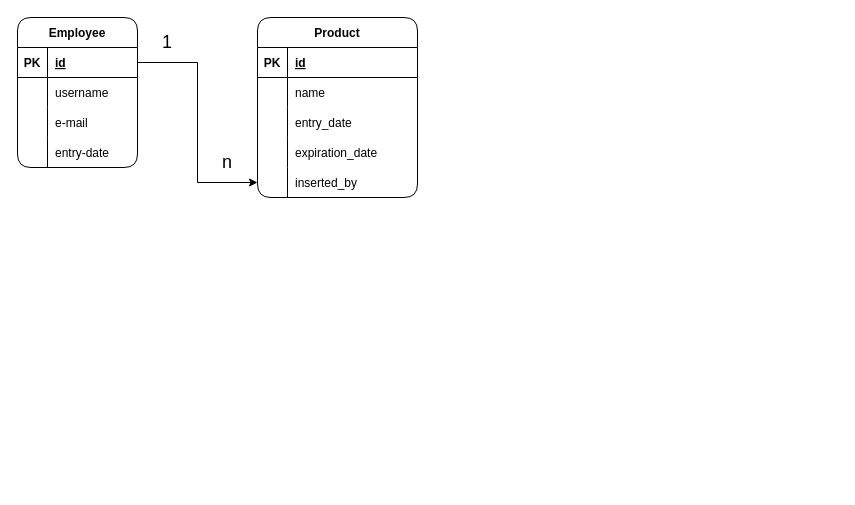
This is MER.drawio from EZanelaA/PAME22.2-Entrega5, a draw.io file, before an edit. Source tidied: cells renumbered, new cells numbered last; positions are measured from the earlier drawing's top-left corner, leaving out a move shared by most shapes. Both pictures are drawn from the tidied source at 100%, with x=0, y=0 at pixel (17, 17).
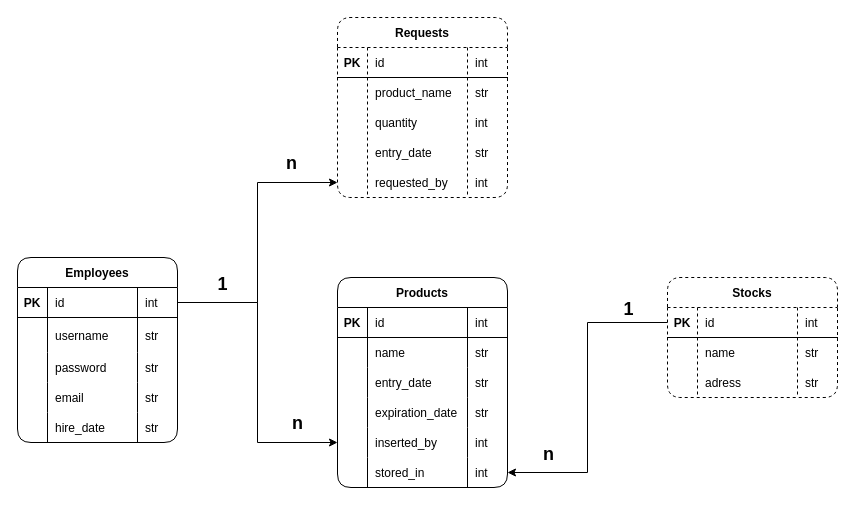
Above is the later version.

The edit, as a diff of the source:
```diff
@@
-    <mxCell id="2" value="Employee" style="shape=table;startSize=30;childLayout=tableLayout;rowLines=0;fontStyle=1;align=center;perimeterSpacing=0;strokeWidth=1;rounded=1;swimlaneFillColor=default;fillStyle=auto;" parent="1" vertex="1">
-      <mxGeometry width="120" height="150" as="geometry" />
+    <mxCell id="2" value="Employees" style="shape=table;startSize=30;childLayout=tableLayout;rowLines=0;fontStyle=1;align=center;perimeterSpacing=0;strokeWidth=1;rounded=1;swimlaneFillColor=default;fillStyle=auto;" parent="1" vertex="1">
+      <mxGeometry y="240" width="160" height="185" as="geometry" />
     </mxCell>
     <mxCell id="3" style="shape=tableRow;horizontal=0;startSize=0;swimlaneHead=0;swimlaneBody=0;fillColor=none;points=[[0,0.5],[1,0.5]];portConstraint=eastwest;top=0;left=0;right=0;bottom=1;" parent="2" vertex="1">
-      <mxGeometry y="30" width="120" height="30" as="geometry" />
+      <mxGeometry y="30" width="160" height="30" as="geometry" />
     </mxCell>
@@
-    <mxCell id="5" value="id" style="shape=partialRectangle;fillColor=none;top=0;left=0;bottom=0;right=0;align=left;spacingLeft=6;fontStyle=5;overflow=hidden;" parent="3" vertex="1">
+    <mxCell id="5" value="id" style="shape=partialRectangle;fillColor=none;top=0;left=0;bottom=0;right=0;align=left;spacingLeft=6;fontStyle=0;overflow=hidden;" parent="3" vertex="1">
       <mxGeometry x="30" width="90" height="30" as="geometry" />
     </mxCell>
+    <mxCell id="34" value="int" style="shape=partialRectangle;fillColor=none;top=0;left=0;bottom=0;right=0;align=left;spacingLeft=6;fontStyle=0;overflow=hidden;" parent="3" vertex="1">
+      <mxGeometry x="120" width="40" height="30" as="geometry" />
+    </mxCell>
     <mxCell id="6" style="shape=tableRow;horizontal=0;startSize=0;swimlaneHead=0;swimlaneBody=0;fillColor=none;top=0;left=0;right=0;bottom=0;" parent="2" vertex="1">
-      <mxGeometry y="60" width="120" height="30" as="geometry" />
+      <mxGeometry y="60" width="160" height="35" as="geometry" />
     </mxCell>
     <mxCell id="7" style="shape=partialRectangle;fillColor=none;top=0;left=0;bottom=0;right=0;overflow=hidden;" parent="6" vertex="1">
-      <mxGeometry width="30" height="30" as="geometry" />
+      <mxGeometry width="30" height="35" as="geometry" />
     </mxCell>
     <mxCell id="8" value="username" style="shape=partialRectangle;fillColor=none;top=0;left=0;bottom=0;right=0;align=left;spacingLeft=6;overflow=hidden;" parent="6" vertex="1">
-      <mxGeometry x="30" width="90" height="30" as="geometry" />
+      <mxGeometry x="30" width="90" height="35" as="geometry" />
     </mxCell>
+    <mxCell id="35" value="str" style="shape=partialRectangle;fillColor=none;top=0;left=0;bottom=0;right=0;align=left;spacingLeft=6;overflow=hidden;" parent="6" vertex="1">
+      <mxGeometry x="120" width="40" height="35" as="geometry" />
+    </mxCell>
+    <mxCell id="36" style="shape=tableRow;horizontal=0;startSize=0;swimlaneHead=0;swimlaneBody=0;fillColor=none;top=0;left=0;right=0;bottom=0;" parent="2" vertex="1">
+      <mxGeometry y="95" width="160" height="30" as="geometry" />
+    </mxCell>
+    <mxCell id="37" style="shape=partialRectangle;fillColor=none;top=0;left=0;bottom=0;right=0;overflow=hidden;" parent="36" vertex="1">
+      <mxGeometry width="30" height="30" as="geometry" />
+    </mxCell>
+    <mxCell id="38" value="password" style="shape=partialRectangle;fillColor=none;top=0;left=0;bottom=0;right=0;align=left;spacingLeft=6;overflow=hidden;" parent="36" vertex="1">
+      <mxGeometry x="30" width="90" height="30" as="geometry" />
+    </mxCell>
+    <mxCell id="39" value="str" style="shape=partialRectangle;fillColor=none;top=0;left=0;bottom=0;right=0;align=left;spacingLeft=6;overflow=hidden;" parent="36" vertex="1">
+      <mxGeometry x="120" width="40" height="30" as="geometry" />
+    </mxCell>
     <mxCell id="9" style="shape=tableRow;horizontal=0;startSize=0;swimlaneHead=0;swimlaneBody=0;fillColor=none;top=0;left=0;right=0;bottom=0;" parent="2" vertex="1">
-      <mxGeometry y="90" width="120" height="30" as="geometry" />
+      <mxGeometry y="125" width="160" height="30" as="geometry" />
     </mxCell>
@@
-    <mxCell id="11" value="e-mail" style="shape=partialRectangle;fillColor=none;top=0;left=0;bottom=0;right=0;align=left;spacingLeft=6;overflow=hidden;" parent="9" vertex="1">
+    <mxCell id="11" value="email" style="shape=partialRectangle;fillColor=none;top=0;left=0;bottom=0;right=0;align=left;spacingLeft=6;overflow=hidden;" parent="9" vertex="1">
       <mxGeometry x="30" width="90" height="30" as="geometry" />
     </mxCell>
+    <mxCell id="40" value="str" style="shape=partialRectangle;fillColor=none;top=0;left=0;bottom=0;right=0;align=left;spacingLeft=6;overflow=hidden;" parent="9" vertex="1">
+      <mxGeometry x="120" width="40" height="30" as="geometry" />
+    </mxCell>
     <mxCell id="12" style="shape=tableRow;horizontal=0;startSize=0;swimlaneHead=0;swimlaneBody=0;fillColor=none;top=0;left=0;right=0;bottom=0;" parent="2" vertex="1">
-      <mxGeometry y="120" width="120" height="30" as="geometry" />
+      <mxGeometry y="155" width="160" height="30" as="geometry" />
     </mxCell>
@@
-    <mxCell id="14" value="entry-date" style="shape=partialRectangle;fillColor=none;top=0;left=0;bottom=0;right=0;align=left;spacingLeft=6;overflow=hidden;" parent="12" vertex="1">
+    <mxCell id="14" value="hire_date" style="shape=partialRectangle;fillColor=none;top=0;left=0;bottom=0;right=0;align=left;spacingLeft=6;overflow=hidden;" parent="12" vertex="1">
       <mxGeometry x="30" width="90" height="30" as="geometry" />
     </mxCell>
+    <mxCell id="41" value="str" style="shape=partialRectangle;fillColor=none;top=0;left=0;bottom=0;right=0;align=left;spacingLeft=6;overflow=hidden;" parent="12" vertex="1">
+      <mxGeometry x="120" width="40" height="30" as="geometry" />
+    </mxCell>
-    <mxCell id="15" value="Product" style="shape=table;startSize=30;childLayout=tableLayout;rowLines=0;fontStyle=1;align=center;rounded=1;shadow=0;gradientColor=none;swimlaneFillColor=default;" parent="1" vertex="1">
-      <mxGeometry x="240" width="160" height="180" as="geometry" />
+    <mxCell id="15" value="Products" style="shape=table;startSize=30;childLayout=tableLayout;rowLines=0;fontStyle=1;align=center;rounded=1;shadow=0;gradientColor=none;swimlaneFillColor=default;" parent="1" vertex="1">
+      <mxGeometry x="320" y="260" width="170" height="210" as="geometry" />
     </mxCell>
     <mxCell id="16" style="shape=tableRow;horizontal=0;startSize=0;swimlaneHead=0;swimlaneBody=0;fillColor=none;top=0;left=0;right=0;bottom=1;" parent="15" vertex="1">
-      <mxGeometry y="30" width="160" height="30" as="geometry" />
+      <mxGeometry y="30" width="170" height="30" as="geometry" />
     </mxCell>
@@
-    <mxCell id="18" value="id" style="shape=partialRectangle;fillColor=none;top=0;left=0;bottom=0;right=0;align=left;spacingLeft=6;fontStyle=5;overflow=hidden;" parent="16" vertex="1">
-      <mxGeometry x="30" width="130" height="30" as="geometry" />
+    <mxCell id="18" value="id" style="shape=partialRectangle;fillColor=none;top=0;left=0;bottom=0;right=0;align=left;spacingLeft=6;fontStyle=0;overflow=hidden;" parent="16" vertex="1">
+      <mxGeometry x="30" width="100" height="30" as="geometry" />
     </mxCell>
+    <mxCell id="42" value="int" style="shape=partialRectangle;fillColor=none;top=0;left=0;bottom=0;right=0;align=left;spacingLeft=6;fontStyle=0;overflow=hidden;" parent="16" vertex="1">
+      <mxGeometry x="130" width="40" height="30" as="geometry" />
+    </mxCell>
     <mxCell id="19" style="shape=tableRow;horizontal=0;startSize=0;swimlaneHead=0;swimlaneBody=0;fillColor=none;top=0;left=0;right=0;bottom=0;" parent="15" vertex="1">
-      <mxGeometry y="60" width="160" height="30" as="geometry" />
+      <mxGeometry y="60" width="170" height="30" as="geometry" />
     </mxCell>
@@
     <mxCell id="21" value="name" style="shape=partialRectangle;fillColor=none;top=0;left=0;bottom=0;right=0;align=left;spacingLeft=6;overflow=hidden;" parent="19" vertex="1">
-      <mxGeometry x="30" width="130" height="30" as="geometry" />
+      <mxGeometry x="30" width="100" height="30" as="geometry" />
     </mxCell>
+    <mxCell id="43" value="str" style="shape=partialRectangle;fillColor=none;top=0;left=0;bottom=0;right=0;align=left;spacingLeft=6;overflow=hidden;" parent="19" vertex="1">
+      <mxGeometry x="130" width="40" height="30" as="geometry" />
+    </mxCell>
     <mxCell id="22" style="shape=tableRow;horizontal=0;startSize=0;swimlaneHead=0;swimlaneBody=0;fillColor=none;top=0;left=0;right=0;bottom=0;" parent="15" vertex="1">
-      <mxGeometry y="90" width="160" height="30" as="geometry" />
+      <mxGeometry y="90" width="170" height="30" as="geometry" />
     </mxCell>
@@
     <mxCell id="24" value="entry_date" style="shape=partialRectangle;fillColor=none;top=0;left=0;bottom=0;right=0;align=left;spacingLeft=6;overflow=hidden;" parent="22" vertex="1">
-      <mxGeometry x="30" width="130" height="30" as="geometry" />
+      <mxGeometry x="30" width="100" height="30" as="geometry" />
     </mxCell>
+    <mxCell id="44" value="str" style="shape=partialRectangle;fillColor=none;top=0;left=0;bottom=0;right=0;align=left;spacingLeft=6;overflow=hidden;" parent="22" vertex="1">
+      <mxGeometry x="130" width="40" height="30" as="geometry" />
+    </mxCell>
     <mxCell id="25" style="shape=tableRow;horizontal=0;startSize=0;swimlaneHead=0;swimlaneBody=0;fillColor=none;top=0;left=0;right=0;bottom=0;" parent="15" vertex="1">
-      <mxGeometry y="120" width="160" height="30" as="geometry" />
+      <mxGeometry y="120" width="170" height="30" as="geometry" />
     </mxCell>
@@
     <mxCell id="27" value="expiration_date" style="shape=partialRectangle;fillColor=none;top=0;left=0;bottom=0;right=0;align=left;spacingLeft=6;overflow=hidden;" parent="25" vertex="1">
-      <mxGeometry x="30" width="130" height="30" as="geometry" />
+      <mxGeometry x="30" width="100" height="30" as="geometry" />
     </mxCell>
+    <mxCell id="45" value="str" style="shape=partialRectangle;fillColor=none;top=0;left=0;bottom=0;right=0;align=left;spacingLeft=6;overflow=hidden;" parent="25" vertex="1">
+      <mxGeometry x="130" width="40" height="30" as="geometry" />
+    </mxCell>
     <mxCell id="28" style="shape=tableRow;horizontal=0;startSize=0;swimlaneHead=0;swimlaneBody=0;fillColor=none;points=[[0,0.5],[1,0.5]];portConstraint=eastwest;top=0;left=0;right=0;bottom=0;" parent="15" vertex="1">
-      <mxGeometry y="150" width="160" height="30" as="geometry" />
+      <mxGeometry y="150" width="170" height="30" as="geometry" />
     </mxCell>
@@
     <mxCell id="30" value="inserted_by" style="shape=partialRectangle;fillColor=none;top=0;left=0;bottom=0;right=0;align=left;spacingLeft=6;overflow=hidden;" parent="28" vertex="1">
-      <mxGeometry x="30" width="130" height="30" as="geometry" />
+      <mxGeometry x="30" width="100" height="30" as="geometry" />
     </mxCell>
+    <mxCell id="46" value="int" style="shape=partialRectangle;fillColor=none;top=0;left=0;bottom=0;right=0;align=left;spacingLeft=6;overflow=hidden;" parent="28" vertex="1">
+      <mxGeometry x="130" width="40" height="30" as="geometry" />
+    </mxCell>
+    <mxCell id="47" style="shape=tableRow;horizontal=0;startSize=0;swimlaneHead=0;swimlaneBody=0;fillColor=none;points=[[0,0.5],[1,0.5]];portConstraint=eastwest;top=0;left=0;right=0;bottom=0;" parent="15" vertex="1">
+      <mxGeometry y="180" width="170" height="30" as="geometry" />
+    </mxCell>
+    <mxCell id="48" style="shape=partialRectangle;fillColor=none;top=0;left=0;bottom=0;right=0;overflow=hidden;" parent="47" vertex="1">
+      <mxGeometry width="30" height="30" as="geometry" />
+    </mxCell>
+    <mxCell id="49" value="stored_in" style="shape=partialRectangle;fillColor=none;top=0;left=0;bottom=0;right=0;align=left;spacingLeft=6;overflow=hidden;" parent="47" vertex="1">
+      <mxGeometry x="30" width="100" height="30" as="geometry" />
+    </mxCell>
+    <mxCell id="50" value="int" style="shape=partialRectangle;fillColor=none;top=0;left=0;bottom=0;right=0;align=left;spacingLeft=6;overflow=hidden;" parent="47" vertex="1">
+      <mxGeometry x="130" width="40" height="30" as="geometry" />
+    </mxCell>
-    <mxCell id="31" style="edgeStyle=orthogonalEdgeStyle;rounded=0;jettySize=auto;html=1;exitX=1;exitY=0.5;exitDx=0;exitDy=0;entryX=0;entryY=0.5;entryDx=0;entryDy=0;" parent="1" edge="1" source="3" target="28">
-      <mxGeometry relative="1" as="geometry" />
+    <mxCell id="31" value="n" style="edgeStyle=orthogonalEdgeStyle;rounded=0;jettySize=auto;html=1;exitX=1;exitY=0.5;exitDx=0;exitDy=0;entryX=0;entryY=0.5;entryDx=0;entryDy=0;fontSize=18;fontStyle=1;verticalAlign=bottom;labelBackgroundColor=none;" parent="1" edge="1" source="3" target="28">
+      <mxGeometry x="0.73" y="5" relative="1" as="geometry" />
     </mxCell>
-    <mxCell id="32" value="1" style="text;html=1;strokeColor=none;fillColor=none;align=center;verticalAlign=middle;whiteSpace=wrap;rounded=0;fontSize=18;" parent="1" vertex="1">
-      <mxGeometry x="120" y="10" width="60" height="30" as="geometry" />
-    </mxCell>
-    <mxCell id="33" value="n" style="text;html=1;strokeColor=none;fillColor=none;align=center;verticalAlign=middle;whiteSpace=wrap;rounded=0;fontSize=18;" parent="1" vertex="1">
-      <mxGeometry x="180" y="130" width="60" height="30" as="geometry" />
-    </mxCell>
+    <mxCell id="51" value="Requests" style="shape=table;startSize=30;childLayout=tableLayout;rowLines=0;fontStyle=1;align=center;rounded=1;shadow=0;gradientColor=none;swimlaneFillColor=default;dashed=1;" parent="1" vertex="1">
+      <mxGeometry x="320" width="170" height="180" as="geometry" />
+    </mxCell>
+    <mxCell id="52" style="shape=tableRow;horizontal=0;startSize=0;swimlaneHead=0;swimlaneBody=0;fillColor=none;top=0;left=0;right=0;bottom=1;" parent="51" vertex="1">
+      <mxGeometry y="30" width="170" height="30" as="geometry" />
+    </mxCell>
+    <mxCell id="53" value="PK" style="shape=partialRectangle;fillColor=none;top=0;left=0;bottom=0;right=0;fontStyle=1;overflow=hidden;" parent="52" vertex="1">
+      <mxGeometry width="30" height="30" as="geometry" />
+    </mxCell>
+    <mxCell id="54" value="id" style="shape=partialRectangle;fillColor=none;top=0;left=0;bottom=0;right=0;align=left;spacingLeft=6;fontStyle=0;overflow=hidden;" parent="52" vertex="1">
+      <mxGeometry x="30" width="100" height="30" as="geometry" />
+    </mxCell>
+    <mxCell id="55" value="int" style="shape=partialRectangle;fillColor=none;top=0;left=0;bottom=0;right=0;align=left;spacingLeft=6;fontStyle=0;overflow=hidden;" parent="52" vertex="1">
+      <mxGeometry x="130" width="40" height="30" as="geometry" />
+    </mxCell>
+    <mxCell id="56" style="shape=tableRow;horizontal=0;startSize=0;swimlaneHead=0;swimlaneBody=0;fillColor=none;top=0;left=0;right=0;bottom=0;" parent="51" vertex="1">
+      <mxGeometry y="60" width="170" height="30" as="geometry" />
+    </mxCell>
+    <mxCell id="57" style="shape=partialRectangle;fillColor=none;top=0;left=0;bottom=0;right=0;overflow=hidden;" parent="56" vertex="1">
+      <mxGeometry width="30" height="30" as="geometry" />
+    </mxCell>
+    <mxCell id="58" value="product_name" style="shape=partialRectangle;fillColor=none;top=0;left=0;bottom=0;right=0;align=left;spacingLeft=6;overflow=hidden;" parent="56" vertex="1">
+      <mxGeometry x="30" width="100" height="30" as="geometry" />
+    </mxCell>
+    <mxCell id="59" value="str" style="shape=partialRectangle;fillColor=none;top=0;left=0;bottom=0;right=0;align=left;spacingLeft=6;overflow=hidden;" parent="56" vertex="1">
+      <mxGeometry x="130" width="40" height="30" as="geometry" />
+    </mxCell>
+    <mxCell id="60" style="shape=tableRow;horizontal=0;startSize=0;swimlaneHead=0;swimlaneBody=0;fillColor=none;top=0;left=0;right=0;bottom=0;" parent="51" vertex="1">
+      <mxGeometry y="90" width="170" height="30" as="geometry" />
+    </mxCell>
+    <mxCell id="61" style="shape=partialRectangle;fillColor=none;top=0;left=0;bottom=0;right=0;overflow=hidden;" parent="60" vertex="1">
+      <mxGeometry width="30" height="30" as="geometry" />
+    </mxCell>
+    <mxCell id="62" value="quantity" style="shape=partialRectangle;fillColor=none;top=0;left=0;bottom=0;right=0;align=left;spacingLeft=6;overflow=hidden;" parent="60" vertex="1">
+      <mxGeometry x="30" width="100" height="30" as="geometry" />
+    </mxCell>
+    <mxCell id="63" value="int" style="shape=partialRectangle;fillColor=none;top=0;left=0;bottom=0;right=0;align=left;spacingLeft=6;overflow=hidden;" parent="60" vertex="1">
+      <mxGeometry x="130" width="40" height="30" as="geometry" />
+    </mxCell>
+    <mxCell id="64" style="shape=tableRow;horizontal=0;startSize=0;swimlaneHead=0;swimlaneBody=0;fillColor=none;top=0;left=0;right=0;bottom=0;" parent="51" vertex="1">
+      <mxGeometry y="120" width="170" height="30" as="geometry" />
+    </mxCell>
+    <mxCell id="65" style="shape=partialRectangle;fillColor=none;top=0;left=0;bottom=0;right=0;overflow=hidden;" parent="64" vertex="1">
+      <mxGeometry width="30" height="30" as="geometry" />
+    </mxCell>
+    <mxCell id="66" value="entry_date" style="shape=partialRectangle;fillColor=none;top=0;left=0;bottom=0;right=0;align=left;spacingLeft=6;overflow=hidden;" parent="64" vertex="1">
+      <mxGeometry x="30" width="100" height="30" as="geometry" />
+    </mxCell>
+    <mxCell id="67" value="str" style="shape=partialRectangle;fillColor=none;top=0;left=0;bottom=0;right=0;align=left;spacingLeft=6;overflow=hidden;" parent="64" vertex="1">
+      <mxGeometry x="130" width="40" height="30" as="geometry" />
+    </mxCell>
+    <mxCell id="68" style="shape=tableRow;horizontal=0;startSize=0;swimlaneHead=0;swimlaneBody=0;fillColor=none;points=[[0,0.5],[1,0.5]];portConstraint=eastwest;top=0;left=0;right=0;bottom=0;" parent="51" vertex="1">
+      <mxGeometry y="150" width="170" height="30" as="geometry" />
+    </mxCell>
+    <mxCell id="69" style="shape=partialRectangle;fillColor=none;top=0;left=0;bottom=0;right=0;overflow=hidden;" parent="68" vertex="1">
+      <mxGeometry width="30" height="30" as="geometry" />
+    </mxCell>
+    <mxCell id="70" value="requested_by" style="shape=partialRectangle;fillColor=none;top=0;left=0;bottom=0;right=0;align=left;spacingLeft=6;overflow=hidden;" parent="68" vertex="1">
+      <mxGeometry x="30" width="100" height="30" as="geometry" />
+    </mxCell>
+    <mxCell id="71" value="int" style="shape=partialRectangle;fillColor=none;top=0;left=0;bottom=0;right=0;align=left;spacingLeft=6;overflow=hidden;" parent="68" vertex="1">
+      <mxGeometry x="130" width="40" height="30" as="geometry" />
+    </mxCell>
+    <mxCell id="72" value="n" style="edgeStyle=orthogonalEdgeStyle;rounded=0;jettySize=auto;html=1;exitX=1;exitY=0.5;exitDx=0;exitDy=0;entryX=0;entryY=0.5;entryDx=0;entryDy=0;fontSize=18;fontStyle=1;labelBorderColor=none;spacingTop=0;spacing=2;spacingLeft=0;spacingRight=0;align=center;verticalAlign=bottom;targetPerimeterSpacing=0;jumpSize=6;strokeColor=default;labelBackgroundColor=none;" parent="1" edge="1" source="3" target="68">
+      <mxGeometry x="0.67" y="5" relative="1" as="geometry" />
+    </mxCell>
+    <mxCell id="73" value="1" style="edgeLabel;html=1;align=center;verticalAlign=bottom;fontSize=18;fontStyle=1;labelBackgroundColor=none;" parent="72" vertex="1">
+      <mxGeometry x="-0.8" y="-1" relative="1" as="geometry">
+        <mxPoint x="16" y="-6" as="offset" />
+      </mxGeometry>
+    </mxCell>
+    <mxCell id="74" value="Stocks" style="shape=table;startSize=30;childLayout=tableLayout;rowLines=0;fontStyle=1;align=center;rounded=1;shadow=0;gradientColor=none;swimlaneFillColor=default;dashed=1;" parent="1" vertex="1">
+      <mxGeometry x="650" y="260" width="170" height="120" as="geometry" />
+    </mxCell>
+    <mxCell id="75" style="shape=tableRow;horizontal=0;startSize=0;swimlaneHead=0;swimlaneBody=0;fillColor=none;points=[[0,0.5],[1,0.5]];portConstraint=eastwest;top=0;left=0;right=0;bottom=1;" parent="74" vertex="1">
+      <mxGeometry y="30" width="170" height="30" as="geometry" />
+    </mxCell>
+    <mxCell id="76" value="PK" style="shape=partialRectangle;fillColor=none;top=0;left=0;bottom=0;right=0;fontStyle=1;overflow=hidden;" parent="75" vertex="1">
+      <mxGeometry width="30" height="30" as="geometry" />
+    </mxCell>
+    <mxCell id="77" value="id" style="shape=partialRectangle;fillColor=none;top=0;left=0;bottom=0;right=0;align=left;spacingLeft=6;fontStyle=0;overflow=hidden;" parent="75" vertex="1">
+      <mxGeometry x="30" width="100" height="30" as="geometry" />
+    </mxCell>
+    <mxCell id="78" value="int" style="shape=partialRectangle;fillColor=none;top=0;left=0;bottom=0;right=0;align=left;spacingLeft=6;fontStyle=0;overflow=hidden;" parent="75" vertex="1">
+      <mxGeometry x="130" width="40" height="30" as="geometry" />
+    </mxCell>
+    <mxCell id="79" style="shape=tableRow;horizontal=0;startSize=0;swimlaneHead=0;swimlaneBody=0;fillColor=none;top=0;left=0;right=0;bottom=0;" parent="74" vertex="1">
+      <mxGeometry y="60" width="170" height="30" as="geometry" />
+    </mxCell>
+    <mxCell id="80" style="shape=partialRectangle;fillColor=none;top=0;left=0;bottom=0;right=0;overflow=hidden;" parent="79" vertex="1">
+      <mxGeometry width="30" height="30" as="geometry" />
+    </mxCell>
+    <mxCell id="81" value="name" style="shape=partialRectangle;fillColor=none;top=0;left=0;bottom=0;right=0;align=left;spacingLeft=6;overflow=hidden;" parent="79" vertex="1">
+      <mxGeometry x="30" width="100" height="30" as="geometry" />
+    </mxCell>
+    <mxCell id="82" value="str" style="shape=partialRectangle;fillColor=none;top=0;left=0;bottom=0;right=0;align=left;spacingLeft=6;overflow=hidden;" parent="79" vertex="1">
+      <mxGeometry x="130" width="40" height="30" as="geometry" />
+    </mxCell>
+    <mxCell id="83" style="shape=tableRow;horizontal=0;startSize=0;swimlaneHead=0;swimlaneBody=0;fillColor=none;top=0;left=0;right=0;bottom=0;" parent="74" vertex="1">
+      <mxGeometry y="90" width="170" height="30" as="geometry" />
+    </mxCell>
+    <mxCell id="84" style="shape=partialRectangle;fillColor=none;top=0;left=0;bottom=0;right=0;overflow=hidden;" parent="83" vertex="1">
+      <mxGeometry width="30" height="30" as="geometry" />
+    </mxCell>
+    <mxCell id="85" value="adress" style="shape=partialRectangle;fillColor=none;top=0;left=0;bottom=0;right=0;align=left;spacingLeft=6;overflow=hidden;" parent="83" vertex="1">
+      <mxGeometry x="30" width="100" height="30" as="geometry" />
+    </mxCell>
+    <mxCell id="86" value="str" style="shape=partialRectangle;fillColor=none;top=0;left=0;bottom=0;right=0;align=left;spacingLeft=6;overflow=hidden;" parent="83" vertex="1">
+      <mxGeometry x="130" width="40" height="30" as="geometry" />
+    </mxCell>
+    <mxCell id="87" style="edgeStyle=orthogonalEdgeStyle;rounded=0;sketch=0;jumpSize=6;jettySize=auto;html=1;exitX=0;exitY=0.5;exitDx=0;exitDy=0;entryX=1;entryY=0.5;entryDx=0;entryDy=0;labelBorderColor=none;strokeColor=default;fontSize=18;targetPerimeterSpacing=0;" parent="1" edge="1" source="75" target="47">
+      <mxGeometry relative="1" as="geometry" />
+    </mxCell>
+    <mxCell id="88" value="1" style="edgeLabel;html=1;align=center;verticalAlign=bottom;fontSize=18;fontStyle=1;labelBackgroundColor=none;" parent="87" vertex="1">
+      <mxGeometry x="-0.84" y="2" relative="1" as="geometry">
+        <mxPoint x="-15" y="-2" as="offset" />
+      </mxGeometry>
+    </mxCell>
+    <mxCell id="89" value="n" style="edgeLabel;html=1;align=center;verticalAlign=bottom;fontSize=18;labelBackgroundColor=none;fontStyle=1;" parent="87" vertex="1">
+      <mxGeometry x="0.69" y="2" relative="1" as="geometry">
+        <mxPoint x="-8" y="-7" as="offset" />
+      </mxGeometry>
+    </mxCell>
```
